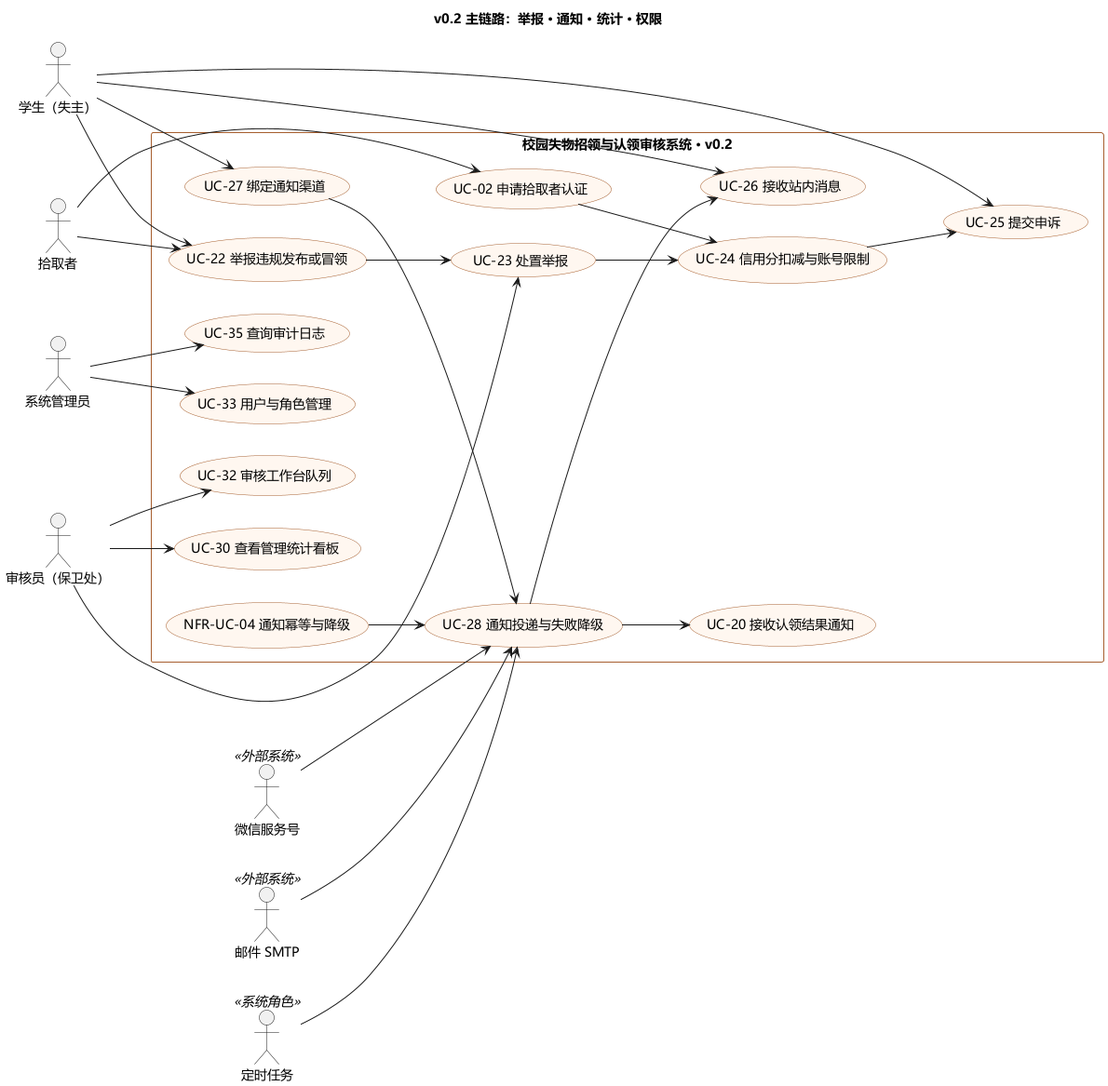
Above: docs/assets/usecase-v02.png in phao90016-jpg/Tongji-campus-lost-found (PlantUML), before the change.
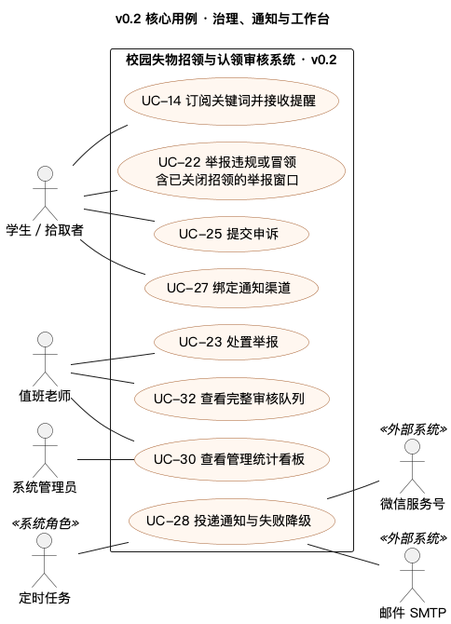
After the commit.

Diff of the diagram source:
```diff
@@ -1,66 +1,42 @@
 @startuml usecase-v02
-title v0.2 主链路：举报 · 通知 · 统计 · 权限
-
+!pragma layout smetana
+title v0.2 核心用例 · 治理、通知与工作台
+skinparam defaultFontName "PingFang SC"
 skinparam shadowing false
-skinparam defaultFontName "Microsoft YaHei"
 skinparam usecase {
   BackgroundColor #FFF7F0
   BorderColor #A65E2E
 }
-skinparam rectangle {
-  BackgroundColor #FFFFFF
-  BorderColor #A65E2E
-}
 left to right direction
 
-actor "学生（失主）" as STU
-actor "拾取者" as FINDER
-actor "审核员（保卫处）" as REVIEWER
+
+actor "学生／拾取者" as STU
+actor "值班老师" as REVIEWER
 actor "系统管理员" as ADMIN
 actor "定时任务" as SCHED <<系统角色>>
 actor "微信服务号" as WX <<外部系统>>
 actor "邮件 SMTP" as MAIL <<外部系统>>
 
 rectangle "校园失物招领与认领审核系统 · v0.2" {
-  usecase "UC-02 申请拾取者认证" as UC02
-  usecase "UC-20 接收认领结果通知" as UC20
-  usecase "UC-22 举报违规发布或冒领" as UC22
+  usecase "UC-14 订阅关键词并接收提醒" as UC14
+  usecase "UC-22 举报违规或冒领\n含已关闭招领的举报窗口" as UC22
   usecase "UC-23 处置举报" as UC23
-  usecase "UC-24 信用分扣减与账号限制" as UC24
   usecase "UC-25 提交申诉" as UC25
-  usecase "UC-26 接收站内消息" as UC26
   usecase "UC-27 绑定通知渠道" as UC27
-  usecase "UC-28 通知投递与失败降级" as UC28
+  usecase "UC-28 投递通知与失败降级" as UC28
   usecase "UC-30 查看管理统计看板" as UC30
-  usecase "UC-32 审核工作台队列" as UC32
-  usecase "UC-33 用户与角色管理" as UC33
-  usecase "UC-35 查询审计日志" as UC35
-  usecase "NFR-UC-04 通知幂等与降级" as NFR04
+  usecase "UC-32 查看完整审核队列" as UC32
 }
 
-STU --> UC22
-STU --> UC25
-STU --> UC26
-STU --> UC27
-FINDER --> UC02
-FINDER --> UC22
-REVIEWER --> UC23
-REVIEWER --> UC32
-REVIEWER --> UC30
-ADMIN --> UC33
-ADMIN --> UC35
-SCHED --> UC28
-
-UC02 --> UC24
-UC22 --> UC23
-UC23 --> UC24
-UC24 --> UC25
-UC27 --> UC28
-UC28 --> UC20
-UC28 --> UC26
-
-WX --> UC28
-MAIL --> UC28
-NFR04 --> UC28
-
+STU -- UC14
+STU -- UC22
+STU -- UC25
+STU -- UC27
+REVIEWER -- UC23
+REVIEWER -- UC30
+REVIEWER -- UC32
+ADMIN -- UC30
+SCHED -- UC28
+UC28 -- WX
+UC28 -- MAIL
 @enduml
```
